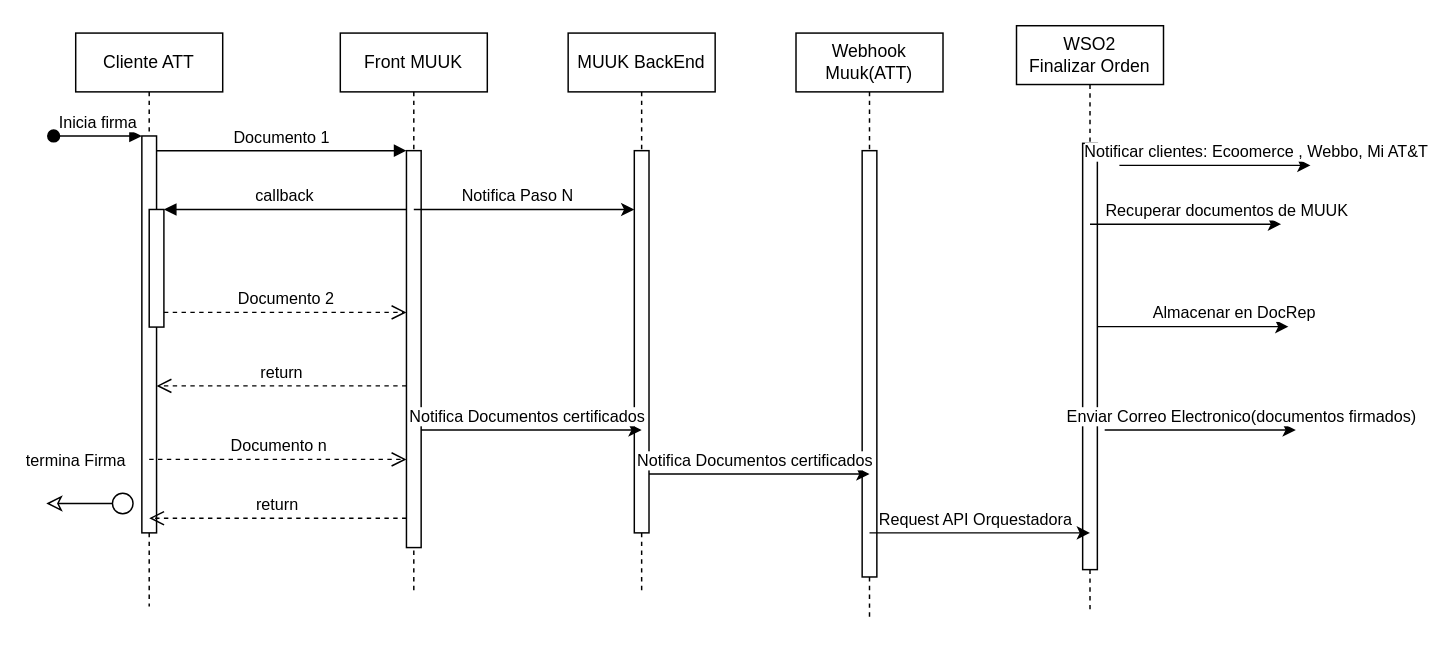
Earlier version of the draw.io diagram muuk.drawio (fhermq/diagrams). Source tidied: cells renumbered, new cells numbered last; positions are measured from the earlier drawing's top-left corner, leaving out a move shared by most shapes. Both pictures are drawn from the tidied source at 147%, with x=0, y=0 at pixel (46, 25).
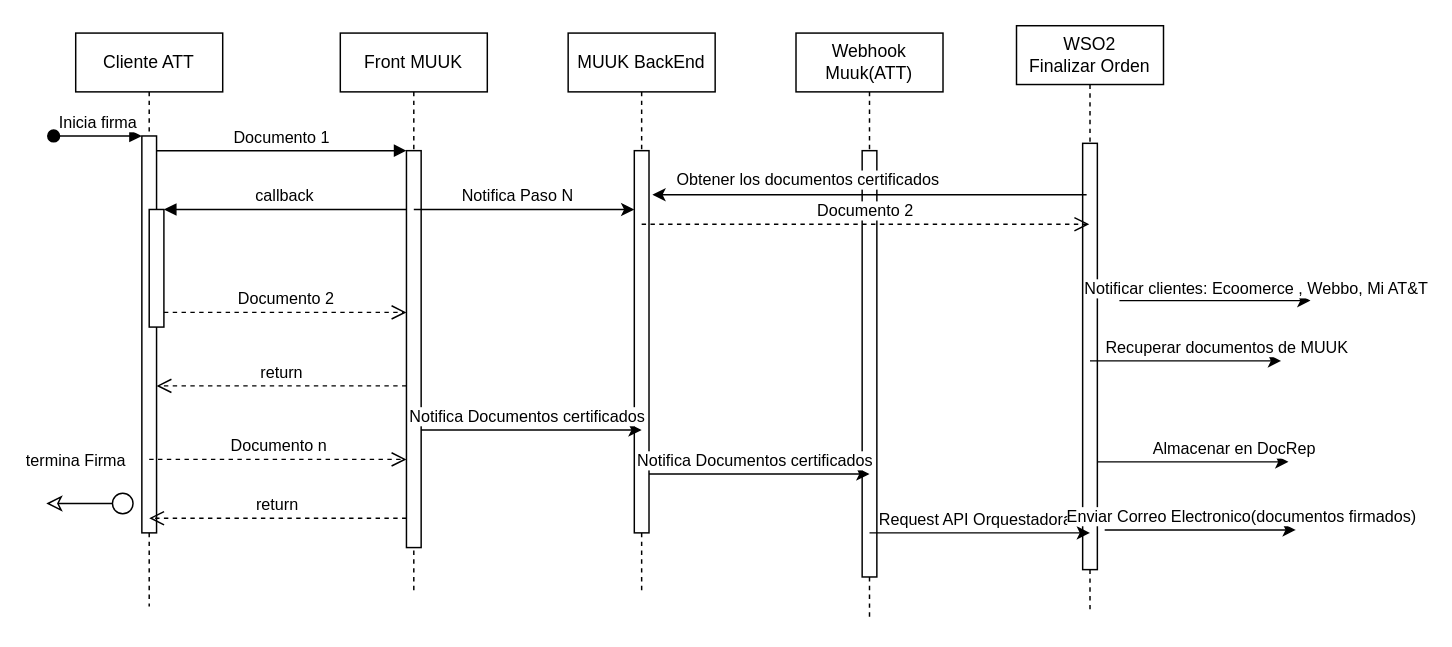
The same page after the edit.

The change refers to these unchanged cells:
```xml
<mxCell id="25" value="WSO2&lt;br&gt;Finalizar Orden" style="shape=umlLifeline;perimeter=lifelinePerimeter;whiteSpace=wrap;html=1;outlineConnect=0;portConstraint=eastwest;newEdgeStyle={&quot;edgeStyle&quot;:&quot;elbowEdgeStyle&quot;,&quot;elbow&quot;:&quot;vertical&quot;,&quot;curved&quot;:0,&quot;rounded&quot;:0};" parent="1" vertex="1">
  <mxGeometry x="660" width="100" height="400" as="geometry" />
</mxCell>
```

What changed in the source:
```diff
@@
     <mxCell id="29" style="endArrow=classic;html=1;rounded=0;" parent="1" edge="1">
       <mxGeometry relative="1" as="geometry">
-        <mxPoint x="710" y="135" as="sourcePoint" />
-        <mxPoint x="840" y="135" as="targetPoint" />
+        <mxPoint x="710" y="228" as="sourcePoint" />
+        <mxPoint x="840" y="228" as="targetPoint" />
       </mxGeometry>
     </mxCell>
@@
     <mxCell id="31" style="endArrow=classic;html=1;rounded=0;" parent="1" edge="1">
       <mxGeometry relative="1" as="geometry">
-        <mxPoint x="715" y="204.7" as="sourcePoint" />
-        <mxPoint x="845" y="204.7" as="targetPoint" />
+        <mxPoint x="715" y="296.7" as="sourcePoint" />
+        <mxPoint x="845" y="296.7" as="targetPoint" />
       </mxGeometry>
     </mxCell>
     <mxCell id="32" value="Almacenar en DocRep" style="edgeLabel;html=1;align=center;verticalAlign=middle;" parent="31" vertex="1">
       <mxGeometry x="0.41" y="-1" relative="1" as="geometry">
-        <mxPoint y="-11" as="offset" />
+        <mxPoint y="-10" as="offset" />
       </mxGeometry>
     </mxCell>
     <mxCell id="33" style="endArrow=classic;html=1;rounded=0;" parent="1" edge="1">
       <mxGeometry relative="1" as="geometry">
-        <mxPoint x="720" y="275" as="sourcePoint" />
-        <mxPoint x="850" y="275" as="targetPoint" />
+        <mxPoint x="720" y="343" as="sourcePoint" />
+        <mxPoint x="850" y="343" as="targetPoint" />
       </mxGeometry>
     </mxCell>
@@
     <mxCell id="35" style="endArrow=classic;html=1;rounded=0;" parent="1" edge="1">
       <mxGeometry relative="1" as="geometry">
-        <mxPoint x="730" y="95" as="sourcePoint" />
-        <mxPoint x="860" y="95" as="targetPoint" />
+        <mxPoint x="730" y="187" as="sourcePoint" />
+        <mxPoint x="860" y="187" as="targetPoint" />
       </mxGeometry>
     </mxCell>
     <mxCell id="36" value="Notificar clientes: Ecoomerce , Webbo, Mi AT&amp;amp;T" style="edgeLabel;html=1;align=center;verticalAlign=middle;" parent="35" vertex="1">
       <mxGeometry x="0.41" y="-1" relative="1" as="geometry">
-        <mxPoint y="-11" as="offset" />
+        <mxPoint y="-10" as="offset" />
       </mxGeometry>
     </mxCell>
+    <mxCell id="37" style="endArrow=classic;html=1;rounded=0;" parent="1" edge="1">
+      <mxGeometry relative="1" as="geometry">
+        <mxPoint x="707.7" y="115" as="sourcePoint" />
+        <mxPoint x="412.3" y="115" as="targetPoint" />
+      </mxGeometry>
+    </mxCell>
+    <mxCell id="38" value="Obtener los documentos certificados" style="edgeLabel;html=1;align=center;verticalAlign=middle;" parent="37" vertex="1">
+      <mxGeometry x="0.41" y="-1" relative="1" as="geometry">
+        <mxPoint x="18" y="-10" as="offset" />
+      </mxGeometry>
+    </mxCell>
+    <mxCell id="39" value="Documento 2" style="html=1;verticalAlign=bottom;endArrow=open;dashed=1;endSize=8;edgeStyle=elbowEdgeStyle;elbow=vertical;curved=0;rounded=0;" parent="1" edge="1" target="25">
+      <mxGeometry relative="1" as="geometry">
+        <mxPoint x="405" y="135" as="sourcePoint" />
+        <Array as="points">
+          <mxPoint x="485" y="135" />
+        </Array>
+      </mxGeometry>
+    </mxCell>
```
